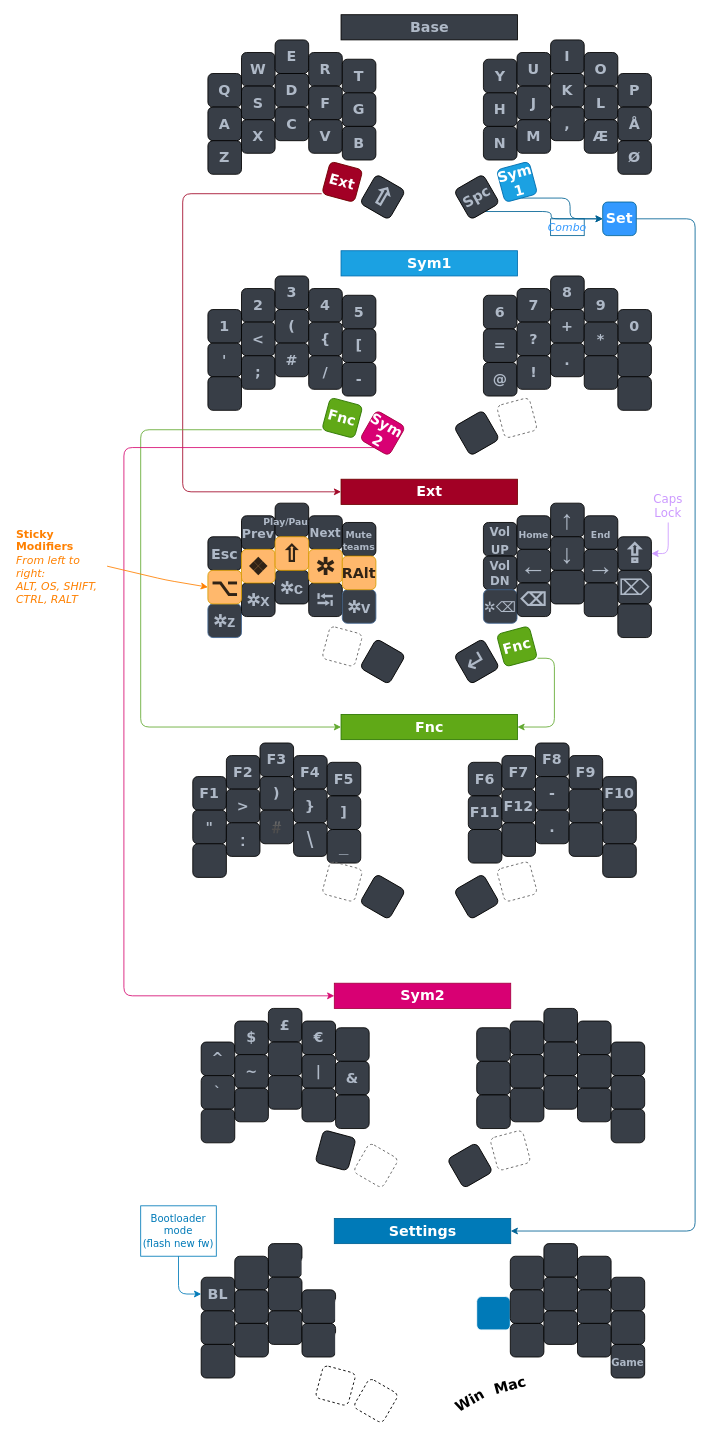
Above: Palm Keyboard Layout.drawio in henrik-palm/zmk-urchin (draw.io), before the change. Source tidied: cells renumbered, new cells numbered last; positions are measured from the earlier drawing's top-left corner, leaving out a move shared by most shapes. Both pictures are drawn from the tidied source at 84%, with x=0, y=0 at pixel (14, 14).
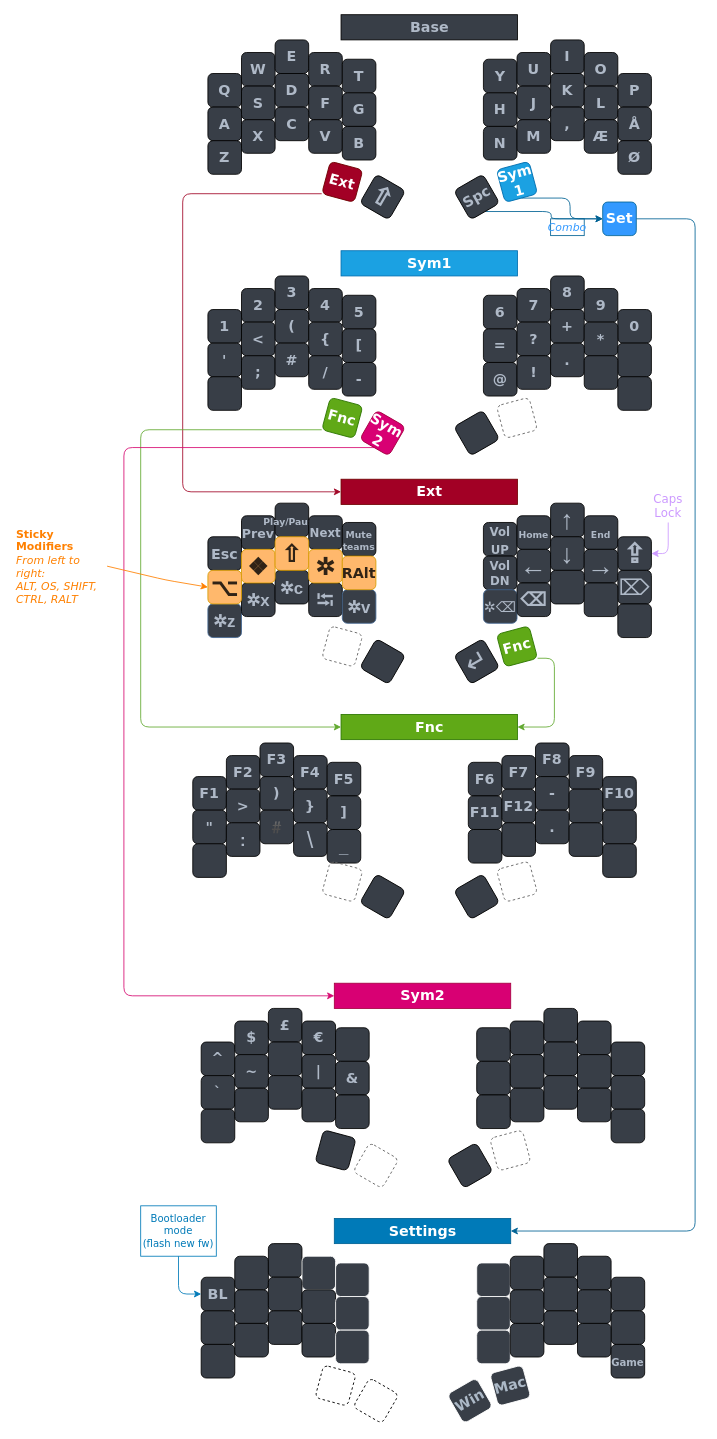
Above is the later version.

The edit, as a diff of the source:
```diff
@@
-    <mxCell id="154" style="whiteSpace=wrap;html=1;fontSize=13;fontFamily=Verdana;fontStyle=1;fontColor=#FFFFFF;fillColor=light-dark(#FFFFFF,#B4B9C1);rounded=1;strokeColor=light-dark(#FFFFFF,#FFFFFF);" parent="1" vertex="1">
+    <mxCell id="154" style="whiteSpace=wrap;html=1;fontSize=13;fontFamily=Verdana;fontStyle=1;fontColor=#FFFFFF;fillColor=light-dark(#383E47,#B4B9C1);rounded=1;strokeColor=light-dark(#FFFFFF,#FFFFFF);" parent="1" vertex="1">
       <mxGeometry x="342" y="1478" width="40" height="40" as="geometry" />
     </mxCell>
-    <mxCell id="155" style="whiteSpace=wrap;html=1;fontSize=16;fontFamily=Verdana;fontStyle=1;fontColor=#FFFFFF;fillColor=light-dark(#FFFFFF,#B4B9C1);rounded=1;strokeColor=light-dark(#FFFFFF,#FFFFFF);" parent="1" vertex="1">
+    <mxCell id="155" style="whiteSpace=wrap;html=1;fontSize=16;fontFamily=Verdana;fontStyle=1;fontColor=#FFFFFF;fillColor=light-dark(#383E47,#B4B9C1);rounded=1;strokeColor=light-dark(#FFFFFF,#FFFFFF);" parent="1" vertex="1">
       <mxGeometry x="382" y="1486" width="40" height="40" as="geometry" />
     </mxCell>
@@
-    <mxCell id="160" style="whiteSpace=wrap;html=1;fontSize=16;fontFamily=Verdana;fontStyle=1;fontColor=#FFFFFF;fillColor=light-dark(#FFFFFF,#B4B9C1);rounded=1;strokeColor=light-dark(#FFFFFF,#FFFFFF);" parent="1" vertex="1">
+    <mxCell id="160" style="whiteSpace=wrap;html=1;fontSize=16;fontFamily=Verdana;fontStyle=1;fontColor=#FFFFFF;fillColor=light-dark(#383E47,#B4B9C1);rounded=1;strokeColor=light-dark(#FFFFFF,#FFFFFF);" parent="1" vertex="1">
       <mxGeometry x="382" y="1526" width="40" height="40" as="geometry" />
     </mxCell>
@@
-    <mxCell id="165" style="whiteSpace=wrap;html=1;fontSize=16;fontFamily=Verdana;fontStyle=1;fontColor=#FFFFFF;fillColor=light-dark(#FFFFFF,#B4B9C1);rounded=1;strokeColor=light-dark(#FFFFFF,#FFFFFF);" parent="1" vertex="1">
+    <mxCell id="165" style="whiteSpace=wrap;html=1;fontSize=16;fontFamily=Verdana;fontStyle=1;fontColor=#FFFFFF;fillColor=light-dark(#383E47,#B4B9C1);rounded=1;strokeColor=light-dark(#FFFFFF,#FFFFFF);" parent="1" vertex="1">
       <mxGeometry x="382" y="1566" width="40" height="40" as="geometry" />
     </mxCell>
@@
-    <mxCell id="168" style="whiteSpace=wrap;html=1;fontSize=16;fontFamily=Verdana;fontStyle=1;fontColor=#FFFFFF;fillColor=light-dark(#FFFFFF,#B4B9C1);rounded=1;strokeColor=light-dark(#FFFFFF,#FFFFFF);" parent="1" vertex="1">
+    <mxCell id="168" style="whiteSpace=wrap;html=1;fontSize=16;fontFamily=Verdana;fontStyle=1;fontColor=#FFFFFF;fillColor=light-dark(#383E47,#B4B9C1);rounded=1;strokeColor=light-dark(#FFFFFF,#FFFFFF);" parent="1" vertex="1">
       <mxGeometry x="550" y="1486" width="40" height="40" as="geometry" />
     </mxCell>
@@
-    <mxCell id="173" style="whiteSpace=wrap;html=1;fontSize=16;fontFamily=Verdana;fontStyle=1;fontColor=#FFFFFF;fillColor=light-dark(#007AB8,#B4B9C1);rounded=1;strokeColor=light-dark(#FFFFFF,#FFFFFF);" parent="1" vertex="1">
+    <mxCell id="173" style="whiteSpace=wrap;html=1;fontSize=16;fontFamily=Verdana;fontStyle=1;fontColor=#FFFFFF;fillColor=light-dark(#383E47,#B4B9C1);rounded=1;strokeColor=light-dark(#FFFFFF,#FFFFFF);" parent="1" vertex="1">
       <mxGeometry x="550" y="1526" width="40" height="40" as="geometry" />
     </mxCell>
@@
-    <mxCell id="178" style="whiteSpace=wrap;html=1;fontSize=16;fontFamily=Verdana;fontStyle=1;fontColor=#FFFFFF;fillColor=light-dark(#FFFFFF,#B4B9C1);rounded=1;strokeColor=light-dark(#FFFFFF,#FFFFFF);" parent="1" vertex="1">
+    <mxCell id="178" style="whiteSpace=wrap;html=1;fontSize=16;fontFamily=Verdana;fontStyle=1;fontColor=#FFFFFF;fillColor=light-dark(#383E47,#B4B9C1);rounded=1;strokeColor=light-dark(#FFFFFF,#FFFFFF);" parent="1" vertex="1">
       <mxGeometry x="550" y="1566" width="40" height="40" as="geometry" />
     </mxCell>
@@
-    <mxCell id="183" value="&lt;span style=&quot;color: light-dark(rgb(0, 0, 0), rgb(0, 0, 0));&quot;&gt;Win&lt;/span&gt;" style="whiteSpace=wrap;html=1;rotation=-30;fontSize=17;fontFamily=Verdana;fontStyle=1;fontColor=#333333;fillColor=light-dark(#FFFFFF,#B4B9C1);strokeColor=light-dark(#FFFFFF,#FFFFFF);rounded=1;shadow=0;glass=0;sketch=0;" parent="1" vertex="1">
+    <mxCell id="183" value="&lt;span style=&quot;&quot;&gt;Win&lt;/span&gt;" style="whiteSpace=wrap;html=1;rotation=-30;fontSize=17;fontFamily=Verdana;fontStyle=1;fontColor=#ACB9C7;fillColor=light-dark(#383E47,#B4B9C1);strokeColor=light-dark(#FFFFFF,#FFFFFF);rounded=1;shadow=0;glass=0;sketch=0;" parent="1" vertex="1">
       <mxGeometry x="522" y="1630" width="40" height="40" as="geometry" />
     </mxCell>
-    <mxCell id="184" value="&lt;span style=&quot;color: light-dark(rgb(0, 0, 0), rgb(0, 0, 0));&quot;&gt;Mac&lt;/span&gt;" style="whiteSpace=wrap;html=1;rotation=-15;fontSize=17;fontFamily=Verdana;fontStyle=1;fontColor=#333333;fillColor=light-dark(#FFFFFF,#B4B9C1);strokeColor=light-dark(#FFFFFF,#FFFFFF);rounded=1;shadow=0;glass=0;sketch=0;" parent="1" vertex="1">
+    <mxCell id="184" value="&lt;span style=&quot;&quot;&gt;Mac&lt;/span&gt;" style="whiteSpace=wrap;html=1;rotation=-15;fontSize=17;fontFamily=Verdana;fontStyle=1;fontColor=#ACB9C7;fillColor=light-dark(#383E47,#B4B9C1);strokeColor=light-dark(#FFFFFF,#FFFFFF);rounded=1;shadow=0;glass=0;sketch=0;" parent="1" vertex="1">
       <mxGeometry x="570" y="1612" width="40" height="40" as="geometry" />
     </mxCell>
```
